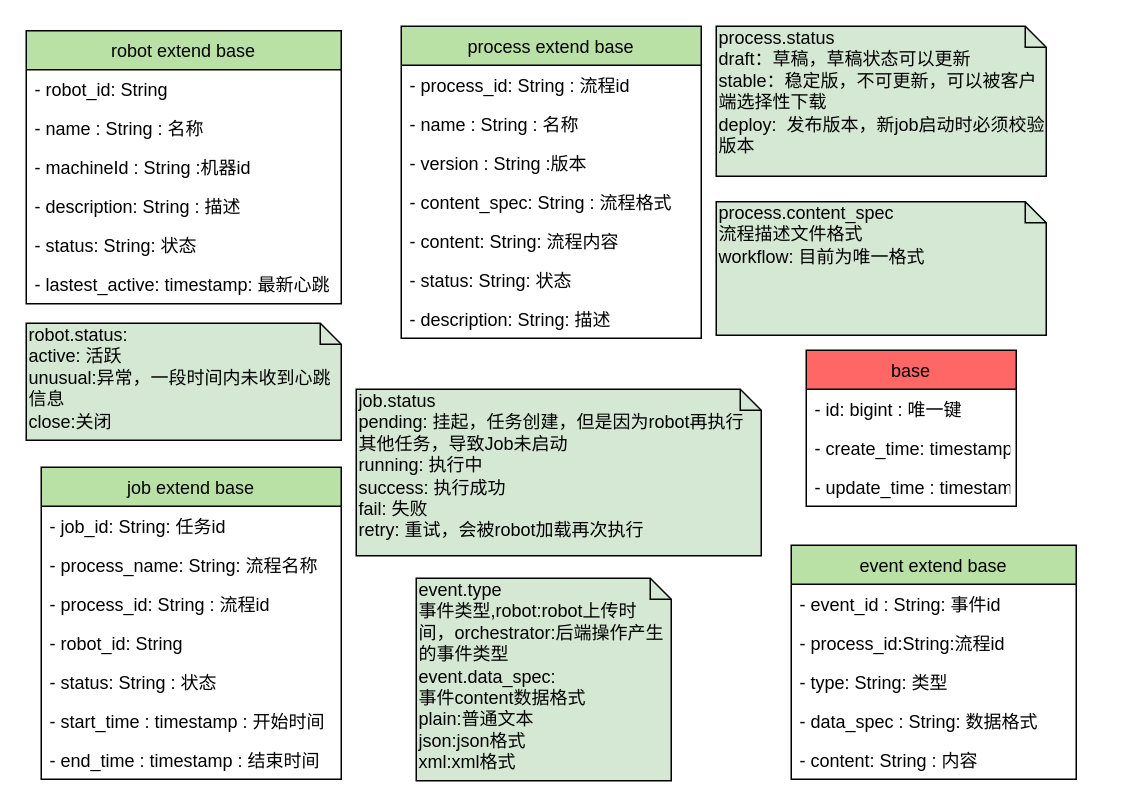
The draw.io diagram rpa_orchestrator数据模型.drawio in sunhj000/draw, before the edit. Source tidied: cells renumbered, new cells numbered last; positions are measured from the earlier drawing's top-left corner, leaving out a move shared by most shapes. Both pictures are drawn from the tidied source at 150%, with x=0, y=0 at pixel (26, 26).
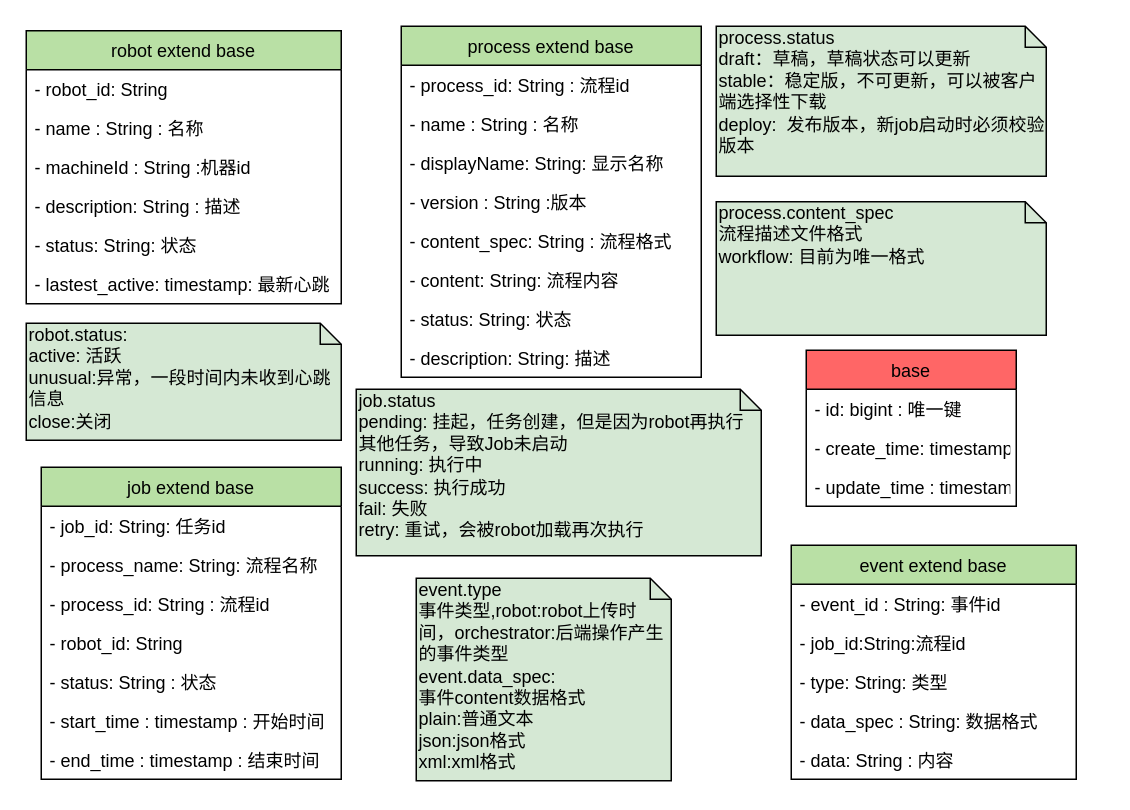
After the change.

The change refers to these unchanged cells:
```xml
<mxCell id="31" value="event extend base" style="swimlane;fontStyle=0;horizontal=1;startSize=26;fillColor=#B9E0A5;" parent="1" vertex="1">
  <mxGeometry x="510" y="346" width="190" height="156" as="geometry" />
</mxCell>
```

The edit, as a diff of the source:
```diff
@@
     <mxCell id="9" value="process extend base" style="swimlane;fontStyle=0;horizontal=1;startSize=26;fillColor=#B9E0A5;" parent="1" vertex="1">
-      <mxGeometry x="250" width="200" height="208" as="geometry" />
+      <mxGeometry x="250" width="200" height="234" as="geometry" />
     </mxCell>
@@
+    <mxCell id="40" value="- displayName: String: 显示名称" style="text;strokeColor=none;fillColor=none;align=left;verticalAlign=top;spacingLeft=4;spacingRight=4;overflow=hidden;" parent="9" vertex="1">
+      <mxGeometry y="78" width="200" height="26" as="geometry" />
+    </mxCell>
     <mxCell id="12" value="- version : String :版本" style="text;strokeColor=none;fillColor=none;align=left;verticalAlign=top;spacingLeft=4;spacingRight=4;overflow=hidden;" parent="9" vertex="1">
-      <mxGeometry y="78" width="200" height="26" as="geometry" />
+      <mxGeometry y="104" width="200" height="26" as="geometry" />
     </mxCell>
     <mxCell id="13" value="- content_spec: String : 流程格式" style="text;strokeColor=none;fillColor=none;align=left;verticalAlign=top;spacingLeft=4;spacingRight=4;overflow=hidden;" parent="9" vertex="1">
-      <mxGeometry y="104" width="200" height="26" as="geometry" />
+      <mxGeometry y="130" width="200" height="26" as="geometry" />
     </mxCell>
     <mxCell id="14" value="- content: String: 流程内容" style="text;strokeColor=none;fillColor=none;align=left;verticalAlign=top;spacingLeft=4;spacingRight=4;overflow=hidden;" parent="9" vertex="1">
-      <mxGeometry y="130" width="200" height="26" as="geometry" />
+      <mxGeometry y="156" width="200" height="26" as="geometry" />
     </mxCell>
     <mxCell id="15" value="- status: String: 状态" style="text;strokeColor=none;fillColor=none;align=left;verticalAlign=top;spacingLeft=4;spacingRight=4;overflow=hidden;" parent="9" vertex="1">
-      <mxGeometry y="156" width="200" height="26" as="geometry" />
+      <mxGeometry y="182" width="200" height="26" as="geometry" />
     </mxCell>
     <mxCell id="16" value="- description: String: 描述" style="text;strokeColor=none;fillColor=none;align=left;verticalAlign=top;spacingLeft=4;spacingRight=4;overflow=hidden;" parent="9" vertex="1">
-      <mxGeometry y="182" width="200" height="26" as="geometry" />
+      <mxGeometry y="208" width="200" height="26" as="geometry" />
     </mxCell>
@@
-    <mxCell id="33" value="- process_id:String:流程id" style="text;strokeColor=none;fillColor=none;align=left;verticalAlign=top;spacingLeft=4;spacingRight=4;overflow=hidden;" parent="31" vertex="1">
+    <mxCell id="33" value="- job_id:String:流程id" style="text;strokeColor=none;fillColor=none;align=left;verticalAlign=top;spacingLeft=4;spacingRight=4;overflow=hidden;" parent="31" vertex="1">
       <mxGeometry y="52" width="190" height="26" as="geometry" />
     </mxCell>
@@
-    <mxCell id="36" value="- content: String : 内容" style="text;strokeColor=none;fillColor=none;align=left;verticalAlign=top;spacingLeft=4;spacingRight=4;overflow=hidden;" parent="31" vertex="1">
+    <mxCell id="36" value="- data: String : 内容" style="text;strokeColor=none;fillColor=none;align=left;verticalAlign=top;spacingLeft=4;spacingRight=4;overflow=hidden;" parent="31" vertex="1">
       <mxGeometry y="130" width="190" height="26" as="geometry" />
     </mxCell>
```
